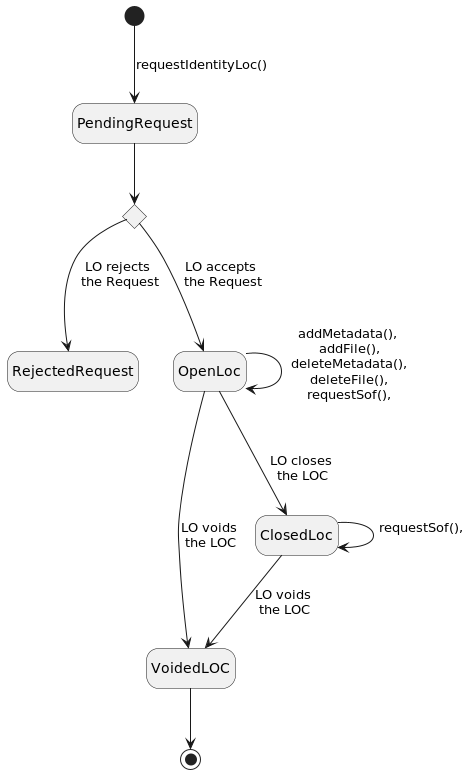
Before: website/docs/client/img/identity-loc-state.png, a diagram exported from PlantUML (MrSwartsBang/crypto-ecosystems).
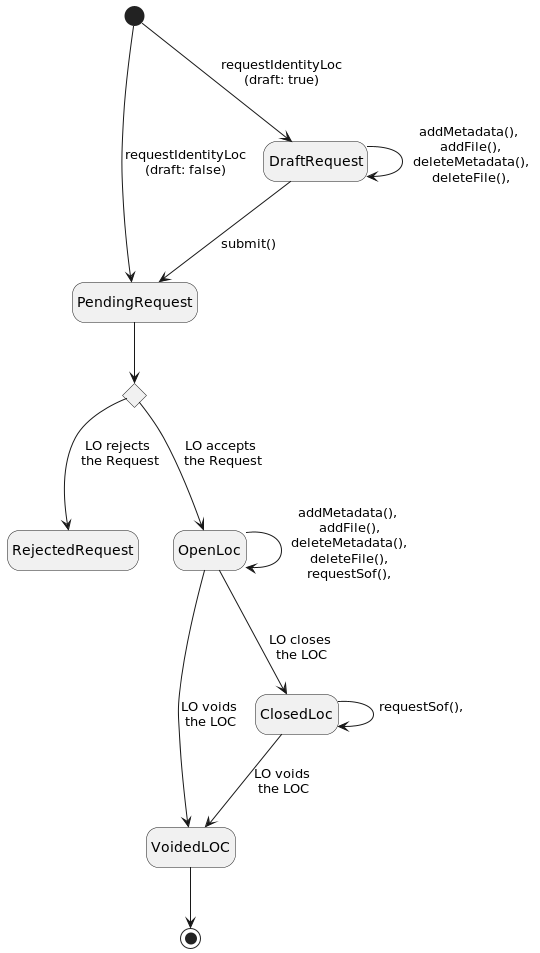
The same diagram one commit later.

Commit message:
feat: add "Draft" mode to LOC state diagrams.

Diff of the diagram source:
```diff
@@ -1,7 +1,10 @@
 @startuml
 hide empty description
 state "Decision" as decision <<choice>>
-[*] --> PendingRequest: requestIdentityLoc()
+[*] --> PendingRequest: requestIdentityLoc\n(draft: false)
+[*] --> DraftRequest: requestIdentityLoc\n(draft: true)
+DraftRequest --> DraftRequest: addMetadata(),\n addFile(),\n deleteMetadata(),\n deleteFile(),\n
+DraftRequest --> PendingRequest: submit()
 PendingRequest --> decision
 decision --> RejectedRequest: LO rejects\n the Request
 decision --> OpenLoc: LO accepts\n the Request
```
